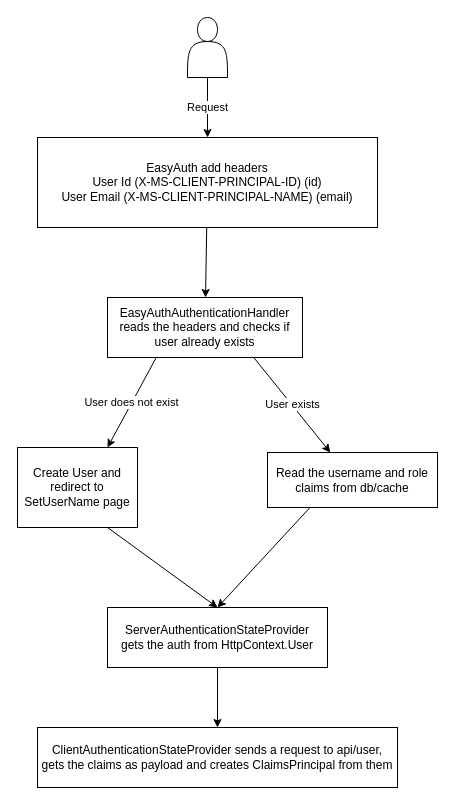
Above: Docs/user_auth.drawio in Markz878/DiscussionForum (draw.io), before the change. Source tidied: cells renumbered, new cells numbered last; positions are measured from the earlier drawing's top-left corner, leaving out a move shared by most shapes. Both pictures are drawn from the tidied source at 100%, with x=0, y=0 at pixel (17, 17).
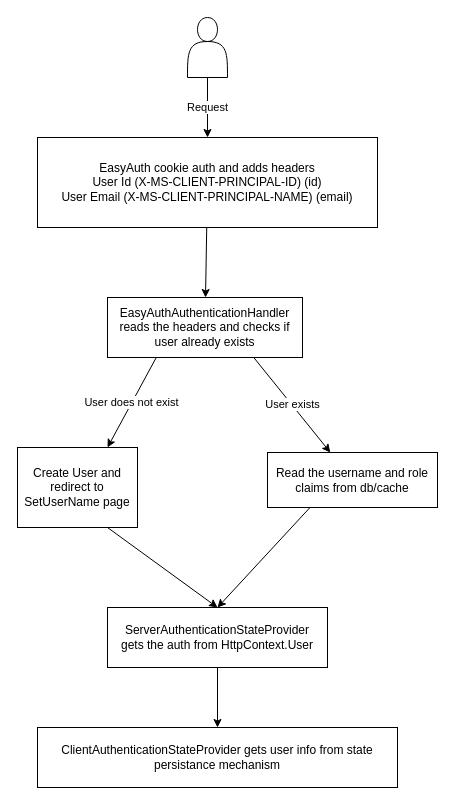
The same diagram, later.

Commit message (it also covers changes not shown here):
Reapply X-Content-Type-Options, X-Frame-Options and Content-Security-Policy-Report-Only security headers

What changed in the source:
```diff
@@
 <mxGraphModel>
   <root>
     <mxCell id="0" />
     <mxCell id="1" parent="0" />
     <mxCell id="2" style="edgeStyle=none;html=1;" parent="1" edge="1" source="3" target="8">
       <mxGeometry relative="1" as="geometry" />
     </mxCell>
-    <mxCell id="3" value="EasyAuth add headers&lt;br&gt;User Id (X-MS-CLIENT-PRINCIPAL-ID) (id)&lt;br&gt;User Email (X-MS-CLIENT-PRINCIPAL-NAME) (email)" style="rounded=0;whiteSpace=wrap;html=1;" parent="1" vertex="1">
+    <mxCell id="3" value="EasyAuth cookie auth and adds headers&lt;br&gt;User Id (X-MS-CLIENT-PRINCIPAL-ID) (id)&lt;br&gt;User Email (X-MS-CLIENT-PRINCIPAL-NAME) (email)" style="rounded=0;whiteSpace=wrap;html=1;" parent="1" vertex="1">
       <mxGeometry x="20" y="120" width="340" height="90" as="geometry" />
     </mxCell>
     <mxCell id="4" value="Request" style="edgeStyle=none;html=1;" parent="1" edge="1" source="5" target="3">
       <mxGeometry relative="1" as="geometry" />
     </mxCell>
     <mxCell id="5" style="shape=actor;whiteSpace=wrap;html=1;" parent="1" vertex="1">
       <mxGeometry x="170" width="40" height="60" as="geometry" />
     </mxCell>
     <mxCell id="6" value="User does not exist" style="edgeStyle=none;html=1;exitX=0.25;exitY=1;exitDx=0;exitDy=0;entryX=0.75;entryY=0;entryDx=0;entryDy=0;" parent="1" edge="1" source="8" target="13">
       <mxGeometry relative="1" as="geometry" />
     </mxCell>
     <mxCell id="7" value="User exists" style="edgeStyle=none;html=1;exitX=0.75;exitY=1;exitDx=0;exitDy=0;" parent="1" edge="1" source="8" target="15">
       <mxGeometry relative="1" as="geometry" />
     </mxCell>
     <mxCell id="8" value="EasyAuthAuthenticationHandler&lt;br&gt;reads the headers and checks if user already exists" style="whiteSpace=wrap;html=1;rounded=0;" parent="1" vertex="1">
       <mxGeometry x="90" y="280" width="195" height="60" as="geometry" />
     </mxCell>
     <mxCell id="9" style="edgeStyle=none;html=1;" parent="1" edge="1" source="10" target="11">
       <mxGeometry relative="1" as="geometry" />
     </mxCell>
     <mxCell id="10" value="ServerAuthenticationStateProvider&lt;br&gt;gets the auth from HttpContext.User" style="whiteSpace=wrap;html=1;rounded=0;" parent="1" vertex="1">
       <mxGeometry x="90" y="590" width="220" height="60" as="geometry" />
     </mxCell>
-    <mxCell id="11" value="ClientAuthenticationStateProvider sends a request to api/user, &lt;br&gt;gets the claims as payload and creates ClaimsPrincipal from them" style="whiteSpace=wrap;html=1;rounded=0;" parent="1" vertex="1">
+    <mxCell id="11" value="ClientAuthenticationStateProvider gets user info from state persistance mechanism" style="whiteSpace=wrap;html=1;rounded=0;" parent="1" vertex="1">
       <mxGeometry x="20" y="710" width="360" height="60" as="geometry" />
     </mxCell>
     <mxCell id="12" style="edgeStyle=none;html=1;exitX=0.75;exitY=1;exitDx=0;exitDy=0;entryX=0.5;entryY=0;entryDx=0;entryDy=0;" parent="1" edge="1" source="13" target="10">
       <mxGeometry relative="1" as="geometry" />
     </mxCell>
     <mxCell id="13" value="Create User and redirect to SetUserName page" style="whiteSpace=wrap;html=1;rounded=0;" parent="1" vertex="1">
       <mxGeometry y="430" width="120" height="80" as="geometry" />
     </mxCell>
     <mxCell id="14" style="edgeStyle=none;html=1;exitX=0.25;exitY=1;exitDx=0;exitDy=0;entryX=0.5;entryY=0;entryDx=0;entryDy=0;" parent="1" edge="1" source="15" target="10">
       <mxGeometry relative="1" as="geometry" />
     </mxCell>
     <mxCell id="15" value="Read the&amp;nbsp;username and role&lt;br&gt;claims from db/cache" style="whiteSpace=wrap;html=1;rounded=0;" parent="1" vertex="1">
       <mxGeometry x="250" y="435" width="170" height="55" as="geometry" />
     </mxCell>
   </root>
 </mxGraphModel>
```
